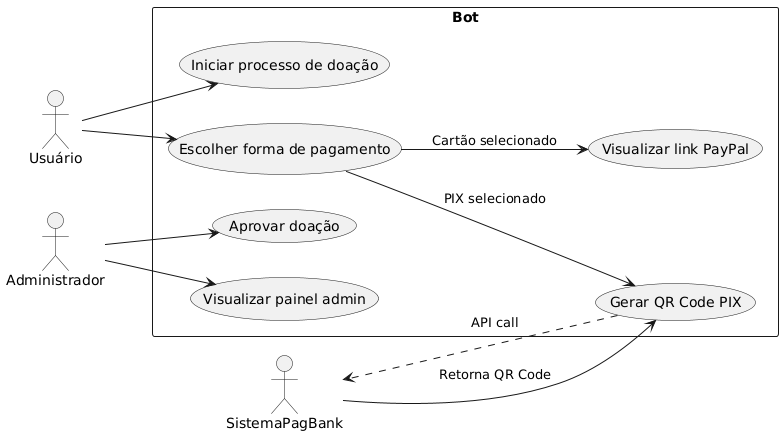
Above: docs/casodeuso.png in AnthonyLuciano/HugMe-DiscordBot (PlantUML), before the change.
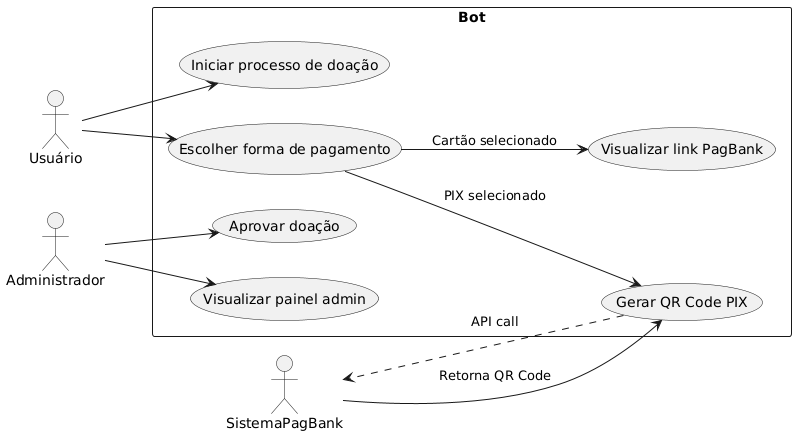
After the commit.

Commit message:
sou cego, perdoem-me ,_,

What changed in the source:
```diff
@@ -10,7 +10,7 @@
   usecase "Iniciar processo de doação" as UC1
   usecase "Escolher forma de pagamento" as UC2
   usecase "Gerar QR Code PIX" as UC3
-  usecase "Visualizar link PayPal" as UC4
+  usecase "Visualizar link PagBank" as UC4
   usecase "Aprovar doação" as UC6
   usecase "Visualizar painel admin" as UC7
 }
```
